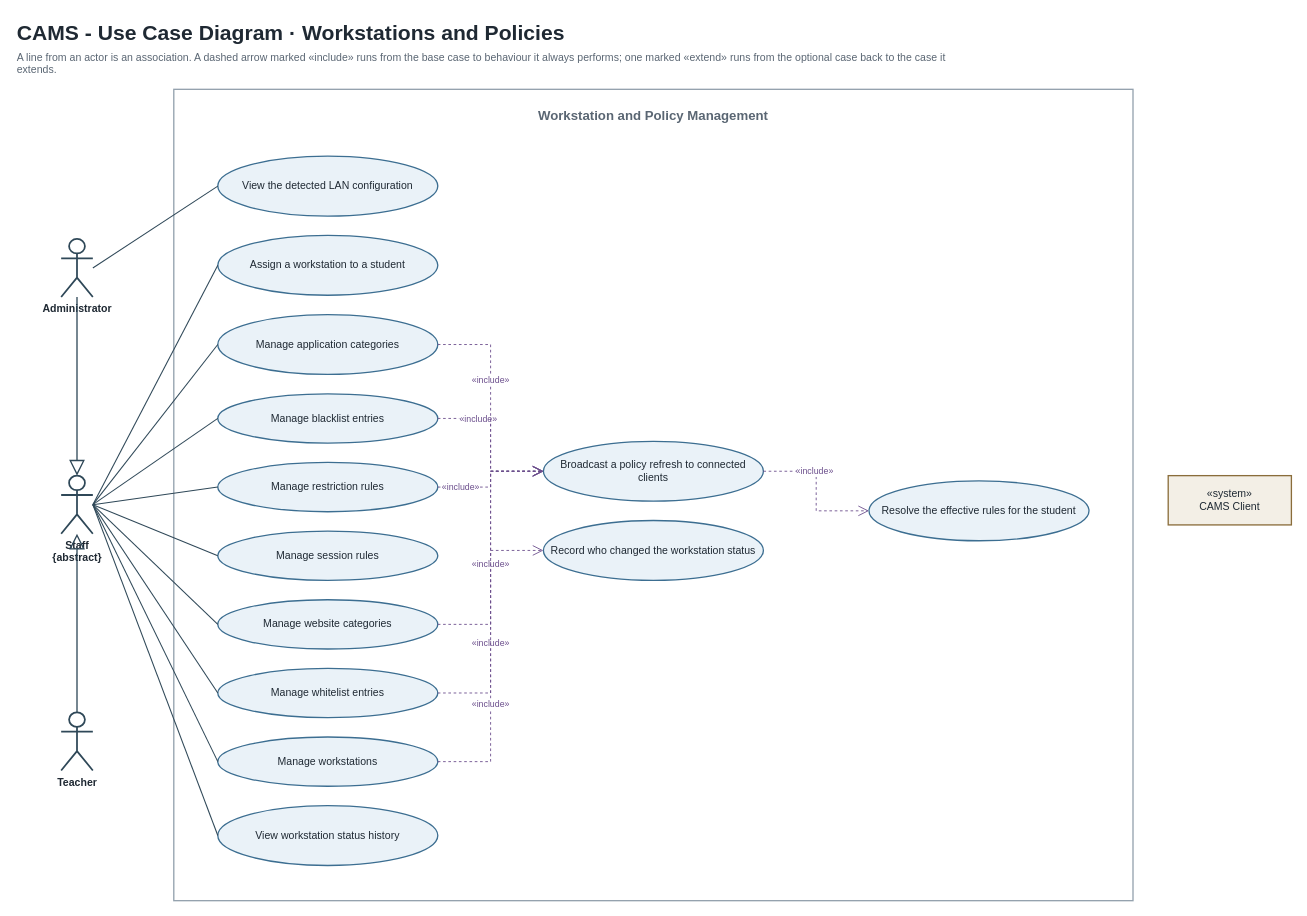
The draw.io diagram page "3 - Workstations and Policies" (4 of 9) of DIAGRAMS/CAMS-Use-Case-Diagram.drawio in ACTstudent/RemoteAcessMonitoringSoftware4sale, before the edit. Source tidied: cells renumbered, new cells numbered last; positions are measured from the earlier drawing's top-left corner, leaving out a move shared by most shapes. Both pictures are drawn from the tidied source at 88%, with x=0, y=0 at pixel (15, 15).
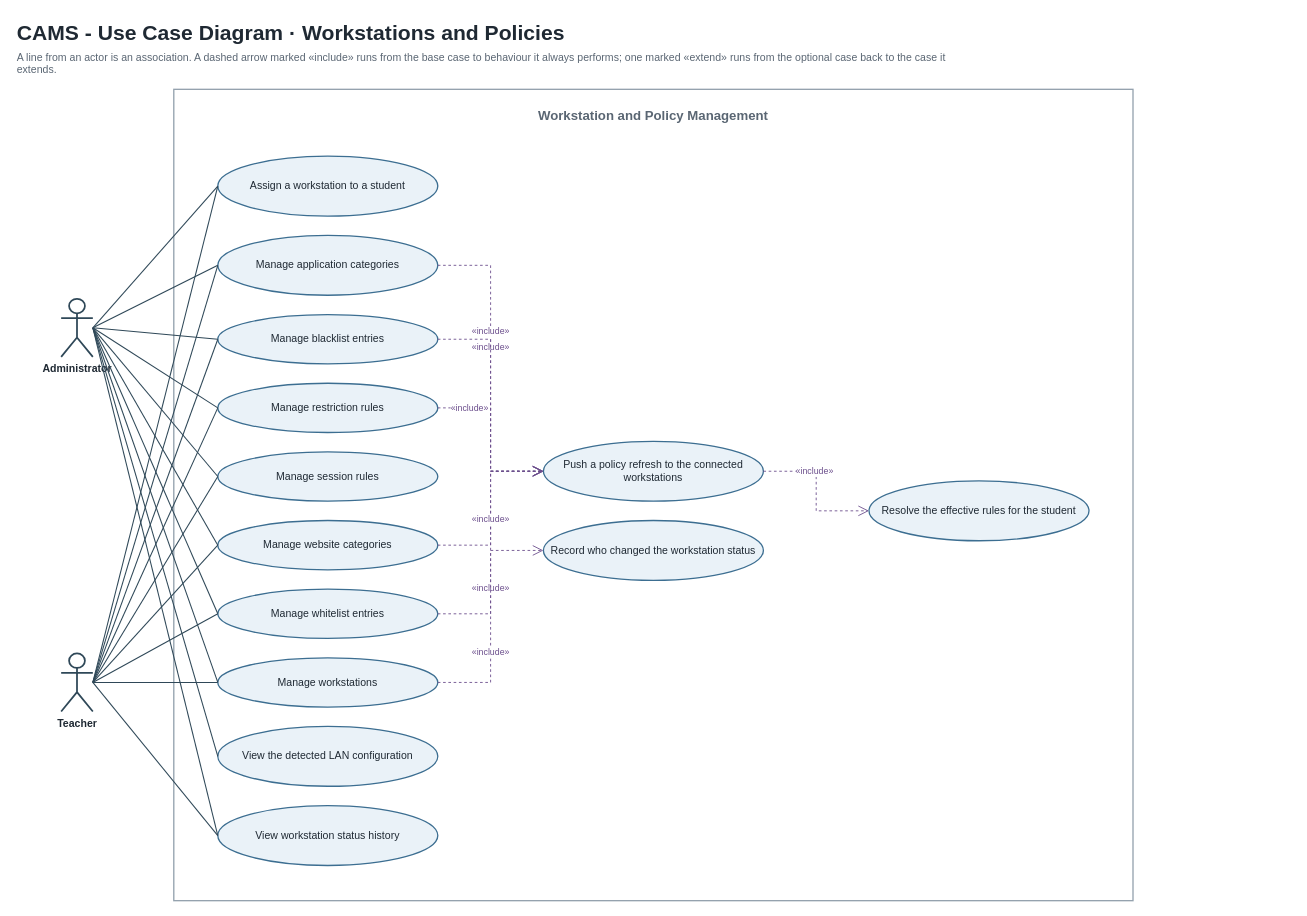
The same page after the edit.

The change refers to these unchanged cells:
```xml
<mxCell id="9" value="View workstation status history" style="ellipse;whiteSpace=wrap;html=1;fillColor=#EAF2F8;strokeColor=#3C6E91;strokeWidth=1.5;fontSize=12;fontColor=#1F2933;" parent="1" vertex="1">
  <mxGeometry x="230" y="898" width="250" height="68" as="geometry" />
</mxCell>
<mxCell id="18" value="Resolve the effective rules for the student" style="ellipse;whiteSpace=wrap;html=1;fillColor=#EAF2F8;strokeColor=#3C6E91;strokeWidth=1.5;fontSize=12;fontColor=#1F2933;" parent="1" vertex="1">
  <mxGeometry x="970" y="529" width="250" height="68" as="geometry" />
</mxCell>
<mxCell id="19" value="Record who changed the workstation status" style="ellipse;whiteSpace=wrap;html=1;fillColor=#EAF2F8;strokeColor=#3C6E91;strokeWidth=1.5;fontSize=12;fontColor=#1F2933;" parent="1" vertex="1">
  <mxGeometry x="600" y="574" width="250" height="68" as="geometry" />
</mxCell>
```

Diff of the diagram source:
```diff
@@
     <mxCell id="3" value="Administrator" style="shape=umlActor;verticalLabelPosition=bottom;verticalAlign=top;html=1;outlineConnect=0;strokeColor=#2F4858;strokeWidth=2;fontSize=12;fontStyle=1;fontColor=#1F2933;" parent="1" vertex="1">
-      <mxGeometry x="52" y="254" width="36" height="66" as="geometry" />
+      <mxGeometry x="52" y="322" width="36" height="66" as="geometry" />
     </mxCell>
-    <mxCell id="4" value="Staff&lt;br&gt;{abstract}" style="shape=umlActor;verticalLabelPosition=bottom;verticalAlign=top;html=1;outlineConnect=0;strokeColor=#2F4858;strokeWidth=2;fontSize=12;fontStyle=1;fontColor=#1F2933;" parent="1" vertex="1">
-      <mxGeometry x="52" y="523" width="36" height="66" as="geometry" />
-    </mxCell>
     <mxCell id="5" value="Teacher" style="shape=umlActor;verticalLabelPosition=bottom;verticalAlign=top;html=1;outlineConnect=0;strokeColor=#2F4858;strokeWidth=2;fontSize=12;fontStyle=1;fontColor=#1F2933;" parent="1" vertex="1">
-      <mxGeometry x="52" y="792" width="36" height="66" as="geometry" />
+      <mxGeometry x="52" y="725" width="36" height="66" as="geometry" />
     </mxCell>
-    <mxCell id="6" value="«system»&lt;br&gt;CAMS Client" style="rounded=0;whiteSpace=wrap;html=1;fillColor=#F3EFE6;strokeColor=#8A6D3B;strokeWidth=1.5;fontSize=12;fontColor=#1F2933;" parent="1" vertex="1">
-      <mxGeometry x="1310" y="523" width="140" height="56" as="geometry" />
-    </mxCell>
+    <mxCell id="10" value="View the detected LAN configuration" style="ellipse;whiteSpace=wrap;html=1;fillColor=#EAF2F8;strokeColor=#3C6E91;strokeWidth=1.5;fontSize=12;fontColor=#1F2933;" parent="1" vertex="1">
+      <mxGeometry x="230" y="808" width="250" height="68" as="geometry" />
+    </mxCell>
     <mxCell id="7" value="Manage workstations" style="ellipse;whiteSpace=wrap;html=1;fillColor=#EAF2F8;strokeColor=#3C6E91;strokeWidth=1.5;fontSize=12;fontColor=#1F2933;" parent="1" vertex="1">
-      <mxGeometry x="230" y="820" width="250" height="56" as="geometry" />
+      <mxGeometry x="230" y="730" width="250" height="56" as="geometry" />
     </mxCell>
     <mxCell id="8" value="Assign a workstation to a student" style="ellipse;whiteSpace=wrap;html=1;fillColor=#EAF2F8;strokeColor=#3C6E91;strokeWidth=1.5;fontSize=12;fontColor=#1F2933;" parent="1" vertex="1">
-      <mxGeometry x="230" y="250" width="250" height="68" as="geometry" />
+      <mxGeometry x="230" y="160" width="250" height="68" as="geometry" />
     </mxCell>
@@
-    <mxCell id="10" value="View the detected LAN configuration" style="ellipse;whiteSpace=wrap;html=1;fillColor=#EAF2F8;strokeColor=#3C6E91;strokeWidth=1.5;fontSize=12;fontColor=#1F2933;" parent="1" vertex="1">
-      <mxGeometry x="230" y="160" width="250" height="68" as="geometry" />
-    </mxCell>
     <mxCell id="11" value="Manage restriction rules" style="ellipse;whiteSpace=wrap;html=1;fillColor=#EAF2F8;strokeColor=#3C6E91;strokeWidth=1.5;fontSize=12;fontColor=#1F2933;" parent="1" vertex="1">
-      <mxGeometry x="230" y="508" width="250" height="56" as="geometry" />
+      <mxGeometry x="230" y="418" width="250" height="56" as="geometry" />
     </mxCell>
     <mxCell id="12" value="Manage blacklist entries" style="ellipse;whiteSpace=wrap;html=1;fillColor=#EAF2F8;strokeColor=#3C6E91;strokeWidth=1.5;fontSize=12;fontColor=#1F2933;" parent="1" vertex="1">
-      <mxGeometry x="230" y="430" width="250" height="56" as="geometry" />
+      <mxGeometry x="230" y="340" width="250" height="56" as="geometry" />
     </mxCell>
     <mxCell id="13" value="Manage whitelist entries" style="ellipse;whiteSpace=wrap;html=1;fillColor=#EAF2F8;strokeColor=#3C6E91;strokeWidth=1.5;fontSize=12;fontColor=#1F2933;" parent="1" vertex="1">
-      <mxGeometry x="230" y="742" width="250" height="56" as="geometry" />
+      <mxGeometry x="230" y="652" width="250" height="56" as="geometry" />
     </mxCell>
     <mxCell id="14" value="Manage application categories" style="ellipse;whiteSpace=wrap;html=1;fillColor=#EAF2F8;strokeColor=#3C6E91;strokeWidth=1.5;fontSize=12;fontColor=#1F2933;" parent="1" vertex="1">
-      <mxGeometry x="230" y="340" width="250" height="68" as="geometry" />
+      <mxGeometry x="230" y="250" width="250" height="68" as="geometry" />
     </mxCell>
     <mxCell id="15" value="Manage website categories" style="ellipse;whiteSpace=wrap;html=1;fillColor=#EAF2F8;strokeColor=#3C6E91;strokeWidth=1.5;fontSize=12;fontColor=#1F2933;" parent="1" vertex="1">
-      <mxGeometry x="230" y="664" width="250" height="56" as="geometry" />
+      <mxGeometry x="230" y="574" width="250" height="56" as="geometry" />
     </mxCell>
     <mxCell id="16" value="Manage session rules" style="ellipse;whiteSpace=wrap;html=1;fillColor=#EAF2F8;strokeColor=#3C6E91;strokeWidth=1.5;fontSize=12;fontColor=#1F2933;" parent="1" vertex="1">
-      <mxGeometry x="230" y="586" width="250" height="56" as="geometry" />
+      <mxGeometry x="230" y="496" width="250" height="56" as="geometry" />
     </mxCell>
-    <mxCell id="17" value="Broadcast a policy refresh to connected clients" style="ellipse;whiteSpace=wrap;html=1;fillColor=#EAF2F8;strokeColor=#3C6E91;strokeWidth=1.5;fontSize=12;fontColor=#1F2933;" parent="1" vertex="1">
+    <mxCell id="17" value="Push a policy refresh to the connected workstations" style="ellipse;whiteSpace=wrap;html=1;fillColor=#EAF2F8;strokeColor=#3C6E91;strokeWidth=1.5;fontSize=12;fontColor=#1F2933;" parent="1" vertex="1">
       <mxGeometry x="600" y="484" width="250" height="68" as="geometry" />
     </mxCell>
@@
-    <mxCell id="20" style="edgeStyle=none;rounded=0;html=1;exitX=1;exitY=0.5;entryX=0;entryY=0.5;exitDx=0;exitDy=0;entryDx=0;entryDy=0;startArrow=none;endArrow=none;strokeColor=#2F4858;strokeWidth=1.2;" parent="1" edge="1" source="4" target="7">
+    <mxCell id="20" style="edgeStyle=none;rounded=0;html=1;exitX=1;exitY=0.5;entryX=0;entryY=0.5;exitDx=0;exitDy=0;entryDx=0;entryDy=0;startArrow=none;endArrow=none;strokeColor=#2F4858;strokeWidth=1.2;" parent="1" edge="1" source="3" target="10">
       <mxGeometry relative="1" as="geometry" />
     </mxCell>
-    <mxCell id="21" style="edgeStyle=none;rounded=0;html=1;exitX=1;exitY=0.5;entryX=0;entryY=0.5;exitDx=0;exitDy=0;entryDx=0;entryDy=0;startArrow=none;endArrow=none;strokeColor=#2F4858;strokeWidth=1.2;" parent="1" edge="1" source="4" target="8">
+    <mxCell id="21" style="edgeStyle=none;rounded=0;html=1;exitX=1;exitY=0.5;entryX=0;entryY=0.5;exitDx=0;exitDy=0;entryDx=0;entryDy=0;startArrow=none;endArrow=none;strokeColor=#2F4858;strokeWidth=1.2;" parent="1" edge="1" source="3" target="7">
       <mxGeometry relative="1" as="geometry" />
     </mxCell>
-    <mxCell id="22" style="edgeStyle=none;rounded=0;html=1;exitX=1;exitY=0.5;entryX=0;entryY=0.5;exitDx=0;exitDy=0;entryDx=0;entryDy=0;startArrow=none;endArrow=none;strokeColor=#2F4858;strokeWidth=1.2;" parent="1" edge="1" source="4" target="9">
+    <mxCell id="22" style="edgeStyle=none;rounded=0;html=1;exitX=1;exitY=0.5;entryX=0;entryY=0.5;exitDx=0;exitDy=0;entryDx=0;entryDy=0;startArrow=none;endArrow=none;strokeColor=#2F4858;strokeWidth=1.2;" parent="1" edge="1" source="5" target="7">
       <mxGeometry relative="1" as="geometry" />
     </mxCell>
-    <mxCell id="23" style="edgeStyle=none;rounded=0;html=1;exitX=1;exitY=0.5;entryX=0;entryY=0.5;exitDx=0;exitDy=0;entryDx=0;entryDy=0;startArrow=none;endArrow=none;strokeColor=#2F4858;strokeWidth=1.2;" parent="1" edge="1" source="3" target="10">
+    <mxCell id="23" style="edgeStyle=none;rounded=0;html=1;exitX=1;exitY=0.5;entryX=0;entryY=0.5;exitDx=0;exitDy=0;entryDx=0;entryDy=0;startArrow=none;endArrow=none;strokeColor=#2F4858;strokeWidth=1.2;" parent="1" edge="1" source="3" target="8">
       <mxGeometry relative="1" as="geometry" />
     </mxCell>
-    <mxCell id="24" style="edgeStyle=none;rounded=0;html=1;exitX=1;exitY=0.5;entryX=0;entryY=0.5;exitDx=0;exitDy=0;entryDx=0;entryDy=0;startArrow=none;endArrow=none;strokeColor=#2F4858;strokeWidth=1.2;" parent="1" edge="1" source="4" target="11">
+    <mxCell id="24" style="edgeStyle=none;rounded=0;html=1;exitX=1;exitY=0.5;entryX=0;entryY=0.5;exitDx=0;exitDy=0;entryDx=0;entryDy=0;startArrow=none;endArrow=none;strokeColor=#2F4858;strokeWidth=1.2;" parent="1" edge="1" source="5" target="8">
       <mxGeometry relative="1" as="geometry" />
     </mxCell>
-    <mxCell id="25" style="edgeStyle=none;rounded=0;html=1;exitX=1;exitY=0.5;entryX=0;entryY=0.5;exitDx=0;exitDy=0;entryDx=0;entryDy=0;startArrow=none;endArrow=none;strokeColor=#2F4858;strokeWidth=1.2;" parent="1" edge="1" source="4" target="12">
+    <mxCell id="25" style="edgeStyle=none;rounded=0;html=1;exitX=1;exitY=0.5;entryX=0;entryY=0.5;exitDx=0;exitDy=0;entryDx=0;entryDy=0;startArrow=none;endArrow=none;strokeColor=#2F4858;strokeWidth=1.2;" parent="1" edge="1" source="3" target="9">
       <mxGeometry relative="1" as="geometry" />
     </mxCell>
-    <mxCell id="26" style="edgeStyle=none;rounded=0;html=1;exitX=1;exitY=0.5;entryX=0;entryY=0.5;exitDx=0;exitDy=0;entryDx=0;entryDy=0;startArrow=none;endArrow=none;strokeColor=#2F4858;strokeWidth=1.2;" parent="1" edge="1" source="4" target="13">
+    <mxCell id="26" style="edgeStyle=none;rounded=0;html=1;exitX=1;exitY=0.5;entryX=0;entryY=0.5;exitDx=0;exitDy=0;entryDx=0;entryDy=0;startArrow=none;endArrow=none;strokeColor=#2F4858;strokeWidth=1.2;" parent="1" edge="1" source="5" target="9">
       <mxGeometry relative="1" as="geometry" />
     </mxCell>
-    <mxCell id="27" style="edgeStyle=none;rounded=0;html=1;exitX=1;exitY=0.5;entryX=0;entryY=0.5;exitDx=0;exitDy=0;entryDx=0;entryDy=0;startArrow=none;endArrow=none;strokeColor=#2F4858;strokeWidth=1.2;" parent="1" edge="1" source="4" target="14">
+    <mxCell id="27" style="edgeStyle=none;rounded=0;html=1;exitX=1;exitY=0.5;entryX=0;entryY=0.5;exitDx=0;exitDy=0;entryDx=0;entryDy=0;startArrow=none;endArrow=none;strokeColor=#2F4858;strokeWidth=1.2;" parent="1" edge="1" source="3" target="11">
       <mxGeometry relative="1" as="geometry" />
     </mxCell>
-    <mxCell id="28" style="edgeStyle=none;rounded=0;html=1;exitX=1;exitY=0.5;entryX=0;entryY=0.5;exitDx=0;exitDy=0;entryDx=0;entryDy=0;startArrow=none;endArrow=none;strokeColor=#2F4858;strokeWidth=1.2;" parent="1" edge="1" source="4" target="15">
+    <mxCell id="28" style="edgeStyle=none;rounded=0;html=1;exitX=1;exitY=0.5;entryX=0;entryY=0.5;exitDx=0;exitDy=0;entryDx=0;entryDy=0;startArrow=none;endArrow=none;strokeColor=#2F4858;strokeWidth=1.2;" parent="1" edge="1" source="5" target="11">
       <mxGeometry relative="1" as="geometry" />
     </mxCell>
-    <mxCell id="29" style="edgeStyle=none;rounded=0;html=1;exitX=1;exitY=0.5;entryX=0;entryY=0.5;exitDx=0;exitDy=0;entryDx=0;entryDy=0;startArrow=none;endArrow=none;strokeColor=#2F4858;strokeWidth=1.2;" parent="1" edge="1" source="4" target="16">
+    <mxCell id="29" style="edgeStyle=none;rounded=0;html=1;exitX=1;exitY=0.5;entryX=0;entryY=0.5;exitDx=0;exitDy=0;entryDx=0;entryDy=0;startArrow=none;endArrow=none;strokeColor=#2F4858;strokeWidth=1.2;" parent="1" edge="1" source="3" target="12">
       <mxGeometry relative="1" as="geometry" />
     </mxCell>
-    <mxCell id="30" value="«include»" style="edgeStyle=orthogonalEdgeStyle;rounded=0;html=1;exitX=1;exitY=0.5;entryX=0;entryY=0.5;exitDx=0;exitDy=0;entryDx=0;entryDy=0;dashed=1;startArrow=none;endArrow=open;endFill=0;endSize=10;strokeColor=#6B4E8C;fontSize=10;fontColor=#6B4E8C;labelBackgroundColor=#FFFFFF;jumpStyle=arc;jumpSize=8;" parent="1" edge="1" source="11" target="17">
-      <mxGeometry x="-0.62" relative="1" as="geometry" />
+    <mxCell id="30" style="edgeStyle=none;rounded=0;html=1;exitX=1;exitY=0.5;entryX=0;entryY=0.5;exitDx=0;exitDy=0;entryDx=0;entryDy=0;startArrow=none;endArrow=none;strokeColor=#2F4858;strokeWidth=1.2;" parent="1" edge="1" source="5" target="12">
+      <mxGeometry relative="1" as="geometry" />
     </mxCell>
-    <mxCell id="31" value="«include»" style="edgeStyle=orthogonalEdgeStyle;rounded=0;html=1;exitX=1;exitY=0.5;entryX=0;entryY=0.5;exitDx=0;exitDy=0;entryDx=0;entryDy=0;dashed=1;startArrow=none;endArrow=open;endFill=0;endSize=10;strokeColor=#6B4E8C;fontSize=10;fontColor=#6B4E8C;labelBackgroundColor=#FFFFFF;jumpStyle=arc;jumpSize=8;" parent="1" edge="1" source="12" target="17">
-      <mxGeometry x="-0.49" relative="1" as="geometry" />
+    <mxCell id="31" style="edgeStyle=none;rounded=0;html=1;exitX=1;exitY=0.5;entryX=0;entryY=0.5;exitDx=0;exitDy=0;entryDx=0;entryDy=0;startArrow=none;endArrow=none;strokeColor=#2F4858;strokeWidth=1.2;" parent="1" edge="1" source="3" target="13">
+      <mxGeometry relative="1" as="geometry" />
     </mxCell>
-    <mxCell id="32" value="«include»" style="edgeStyle=orthogonalEdgeStyle;rounded=0;html=1;exitX=1;exitY=0.5;entryX=0;entryY=0.5;exitDx=0;exitDy=0;entryDx=0;entryDy=0;dashed=1;startArrow=none;endArrow=open;endFill=0;endSize=10;strokeColor=#6B4E8C;fontSize=10;fontColor=#6B4E8C;labelBackgroundColor=#FFFFFF;jumpStyle=arc;jumpSize=8;" parent="1" edge="1" source="13" target="17">
-      <mxGeometry x="-0.37" relative="1" as="geometry" />
+    <mxCell id="32" style="edgeStyle=none;rounded=0;html=1;exitX=1;exitY=0.5;entryX=0;entryY=0.5;exitDx=0;exitDy=0;entryDx=0;entryDy=0;startArrow=none;endArrow=none;strokeColor=#2F4858;strokeWidth=1.2;" parent="1" edge="1" source="5" target="13">
+      <mxGeometry relative="1" as="geometry" />
     </mxCell>
-    <mxCell id="33" value="«include»" style="edgeStyle=orthogonalEdgeStyle;rounded=0;html=1;exitX=1;exitY=0.5;entryX=0;entryY=0.5;exitDx=0;exitDy=0;entryDx=0;entryDy=0;dashed=1;startArrow=none;endArrow=open;endFill=0;endSize=10;strokeColor=#6B4E8C;fontSize=10;fontColor=#6B4E8C;labelBackgroundColor=#FFFFFF;jumpStyle=arc;jumpSize=8;" parent="1" edge="1" source="14" target="17">
-      <mxGeometry x="-0.24" relative="1" as="geometry" />
+    <mxCell id="33" style="edgeStyle=none;rounded=0;html=1;exitX=1;exitY=0.5;entryX=0;entryY=0.5;exitDx=0;exitDy=0;entryDx=0;entryDy=0;startArrow=none;endArrow=none;strokeColor=#2F4858;strokeWidth=1.2;" parent="1" edge="1" source="3" target="14">
+      <mxGeometry relative="1" as="geometry" />
     </mxCell>
-    <mxCell id="34" value="«include»" style="edgeStyle=orthogonalEdgeStyle;rounded=0;html=1;exitX=1;exitY=0.5;entryX=0;entryY=0.5;exitDx=0;exitDy=0;entryDx=0;entryDy=0;dashed=1;startArrow=none;endArrow=open;endFill=0;endSize=10;strokeColor=#6B4E8C;fontSize=10;fontColor=#6B4E8C;labelBackgroundColor=#FFFFFF;jumpStyle=arc;jumpSize=8;" parent="1" edge="1" source="15" target="17">
-      <mxGeometry x="-0.12" relative="1" as="geometry" />
+    <mxCell id="34" style="edgeStyle=none;rounded=0;html=1;exitX=1;exitY=0.5;entryX=0;entryY=0.5;exitDx=0;exitDy=0;entryDx=0;entryDy=0;startArrow=none;endArrow=none;strokeColor=#2F4858;strokeWidth=1.2;" parent="1" edge="1" source="5" target="14">
+      <mxGeometry relative="1" as="geometry" />
     </mxCell>
-    <mxCell id="35" value="«include»" style="edgeStyle=orthogonalEdgeStyle;rounded=0;html=1;exitX=1;exitY=0.5;entryX=0;entryY=0.5;exitDx=0;exitDy=0;entryDx=0;entryDy=0;dashed=1;startArrow=none;endArrow=open;endFill=0;endSize=10;strokeColor=#6B4E8C;fontSize=10;fontColor=#6B4E8C;labelBackgroundColor=#FFFFFF;jumpStyle=arc;jumpSize=8;" parent="1" edge="1" source="17" target="18">
-      <mxGeometry x="-0.3" relative="1" as="geometry" />
+    <mxCell id="35" style="edgeStyle=none;rounded=0;html=1;exitX=1;exitY=0.5;entryX=0;entryY=0.5;exitDx=0;exitDy=0;entryDx=0;entryDy=0;startArrow=none;endArrow=none;strokeColor=#2F4858;strokeWidth=1.2;" parent="1" edge="1" source="3" target="15">
+      <mxGeometry relative="1" as="geometry" />
     </mxCell>
-    <mxCell id="36" value="«include»" style="edgeStyle=orthogonalEdgeStyle;rounded=0;html=1;exitX=1;exitY=0.5;entryX=0;entryY=0.5;exitDx=0;exitDy=0;entryDx=0;entryDy=0;dashed=1;startArrow=none;endArrow=open;endFill=0;endSize=10;strokeColor=#6B4E8C;fontSize=10;fontColor=#6B4E8C;labelBackgroundColor=#FFFFFF;jumpStyle=arc;jumpSize=8;" parent="1" edge="1" source="7" target="19">
-      <mxGeometry x="-0.3" relative="1" as="geometry" />
+    <mxCell id="36" style="edgeStyle=none;rounded=0;html=1;exitX=1;exitY=0.5;entryX=0;entryY=0.5;exitDx=0;exitDy=0;entryDx=0;entryDy=0;startArrow=none;endArrow=none;strokeColor=#2F4858;strokeWidth=1.2;" parent="1" edge="1" source="5" target="15">
+      <mxGeometry relative="1" as="geometry" />
     </mxCell>
-    <mxCell id="37" style="edgeStyle=orthogonalEdgeStyle;rounded=0;html=1;exitX=0.5;exitY=1;entryX=0.5;entryY=0;exitDx=0;exitDy=0;entryDx=0;entryDy=0;startArrow=none;endArrow=block;endFill=0;endSize=14;strokeColor=#2F4858;strokeWidth=1.5;" parent="1" edge="1" source="3" target="4">
+    <mxCell id="37" style="edgeStyle=none;rounded=0;html=1;exitX=1;exitY=0.5;entryX=0;entryY=0.5;exitDx=0;exitDy=0;entryDx=0;entryDy=0;startArrow=none;endArrow=none;strokeColor=#2F4858;strokeWidth=1.2;" parent="1" edge="1" source="3" target="16">
       <mxGeometry relative="1" as="geometry" />
     </mxCell>
-    <mxCell id="38" style="edgeStyle=orthogonalEdgeStyle;rounded=0;html=1;exitX=0.5;exitY=0;entryX=0.5;entryY=1;exitDx=0;exitDy=0;entryDx=0;entryDy=0;startArrow=none;endArrow=block;endFill=0;endSize=14;strokeColor=#2F4858;strokeWidth=1.5;" parent="1" edge="1" source="5" target="4">
+    <mxCell id="38" style="edgeStyle=none;rounded=0;html=1;exitX=1;exitY=0.5;entryX=0;entryY=0.5;exitDx=0;exitDy=0;entryDx=0;entryDy=0;startArrow=none;endArrow=none;strokeColor=#2F4858;strokeWidth=1.2;" parent="1" edge="1" source="5" target="16">
       <mxGeometry relative="1" as="geometry" />
     </mxCell>
+    <mxCell id="41" value="«include»" style="edgeStyle=orthogonalEdgeStyle;rounded=0;html=1;exitX=1;exitY=0.5;entryX=0;entryY=0.5;exitDx=0;exitDy=0;entryDx=0;entryDy=0;dashed=1;startArrow=none;endArrow=open;endFill=0;endSize=10;strokeColor=#6B4E8C;fontSize=10;fontColor=#6B4E8C;labelBackgroundColor=#FFFFFF;jumpStyle=arc;jumpSize=8;" parent="1" edge="1" source="11" target="17">
+      <mxGeometry x="-0.62" relative="1" as="geometry" />
+    </mxCell>
+    <mxCell id="42" value="«include»" style="edgeStyle=orthogonalEdgeStyle;rounded=0;html=1;exitX=1;exitY=0.5;entryX=0;entryY=0.5;exitDx=0;exitDy=0;entryDx=0;entryDy=0;dashed=1;startArrow=none;endArrow=open;endFill=0;endSize=10;strokeColor=#6B4E8C;fontSize=10;fontColor=#6B4E8C;labelBackgroundColor=#FFFFFF;jumpStyle=arc;jumpSize=8;" parent="1" edge="1" source="12" target="17">
+      <mxGeometry x="-0.49" relative="1" as="geometry" />
+    </mxCell>
+    <mxCell id="43" value="«include»" style="edgeStyle=orthogonalEdgeStyle;rounded=0;html=1;exitX=1;exitY=0.5;entryX=0;entryY=0.5;exitDx=0;exitDy=0;entryDx=0;entryDy=0;dashed=1;startArrow=none;endArrow=open;endFill=0;endSize=10;strokeColor=#6B4E8C;fontSize=10;fontColor=#6B4E8C;labelBackgroundColor=#FFFFFF;jumpStyle=arc;jumpSize=8;" parent="1" edge="1" source="13" target="17">
+      <mxGeometry x="-0.37" relative="1" as="geometry" />
+    </mxCell>
+    <mxCell id="44" value="«include»" style="edgeStyle=orthogonalEdgeStyle;rounded=0;html=1;exitX=1;exitY=0.5;entryX=0;entryY=0.5;exitDx=0;exitDy=0;entryDx=0;entryDy=0;dashed=1;startArrow=none;endArrow=open;endFill=0;endSize=10;strokeColor=#6B4E8C;fontSize=10;fontColor=#6B4E8C;labelBackgroundColor=#FFFFFF;jumpStyle=arc;jumpSize=8;" parent="1" edge="1" source="14" target="17">
+      <mxGeometry x="-0.24" relative="1" as="geometry" />
+    </mxCell>
+    <mxCell id="45" value="«include»" style="edgeStyle=orthogonalEdgeStyle;rounded=0;html=1;exitX=1;exitY=0.5;entryX=0;entryY=0.5;exitDx=0;exitDy=0;entryDx=0;entryDy=0;dashed=1;startArrow=none;endArrow=open;endFill=0;endSize=10;strokeColor=#6B4E8C;fontSize=10;fontColor=#6B4E8C;labelBackgroundColor=#FFFFFF;jumpStyle=arc;jumpSize=8;" parent="1" edge="1" source="15" target="17">
+      <mxGeometry x="-0.12" relative="1" as="geometry" />
+    </mxCell>
+    <mxCell id="46" value="«include»" style="edgeStyle=orthogonalEdgeStyle;rounded=0;html=1;exitX=1;exitY=0.5;entryX=0;entryY=0.5;exitDx=0;exitDy=0;entryDx=0;entryDy=0;dashed=1;startArrow=none;endArrow=open;endFill=0;endSize=10;strokeColor=#6B4E8C;fontSize=10;fontColor=#6B4E8C;labelBackgroundColor=#FFFFFF;jumpStyle=arc;jumpSize=8;" parent="1" edge="1" source="17" target="18">
+      <mxGeometry x="-0.3" relative="1" as="geometry" />
+    </mxCell>
+    <mxCell id="47" value="«include»" style="edgeStyle=orthogonalEdgeStyle;rounded=0;html=1;exitX=1;exitY=0.5;entryX=0;entryY=0.5;exitDx=0;exitDy=0;entryDx=0;entryDy=0;dashed=1;startArrow=none;endArrow=open;endFill=0;endSize=10;strokeColor=#6B4E8C;fontSize=10;fontColor=#6B4E8C;labelBackgroundColor=#FFFFFF;jumpStyle=arc;jumpSize=8;" parent="1" edge="1" source="7" target="19">
+      <mxGeometry x="-0.3" relative="1" as="geometry" />
+    </mxCell>
```
